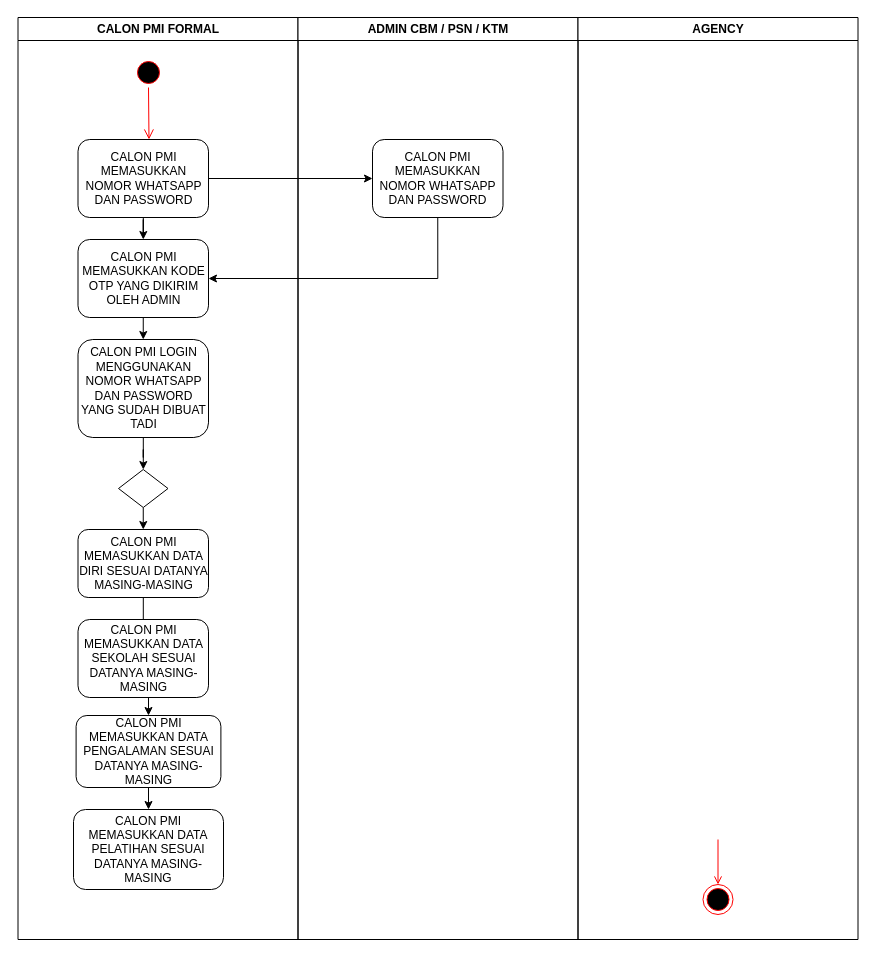
Above: farid.drawio in freyy4/freyy4.github.io (draw.io), before the change. Source tidied: cells renumbered, new cells numbered last; positions are measured from the earlier drawing's top-left corner, leaving out a move shared by most shapes. Both pictures are drawn from the tidied source at 100%, with x=0, y=0 at pixel (17, 17).
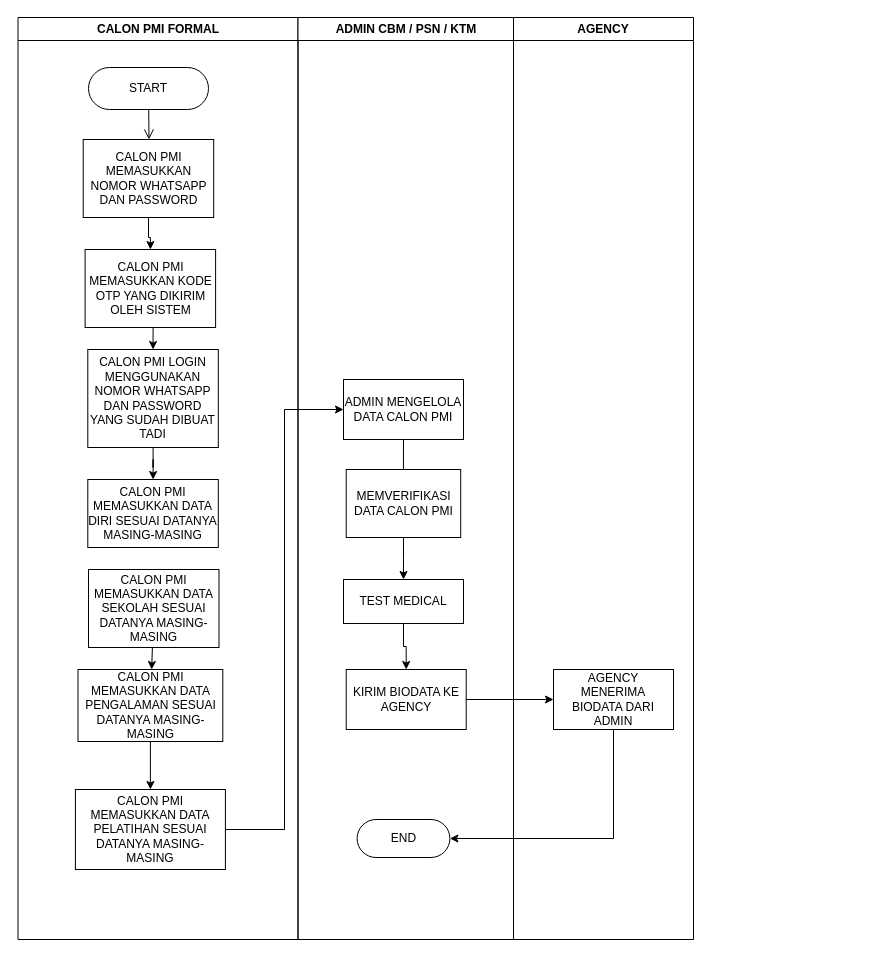
The same page after the edit.

Unchanged cells that the change refers to:
```xml
<mxCell id="2" value="CALON PMI FORMAL" style="swimlane;whiteSpace=wrap;" parent="1" vertex="1">
  <mxGeometry x="0.5" width="280" height="922" as="geometry" />
</mxCell>
```

The edit, as a diff of the source:
```diff
@@
-    <mxCell id="3" style="ellipse;shape=startState;fillColor=#000000;strokeColor=#ff0000;" parent="2" vertex="1">
-      <mxGeometry x="115.5" y="40" width="30" height="30" as="geometry" />
-    </mxCell>
-    <mxCell id="4" style="edgeStyle=elbowEdgeStyle;elbow=horizontal;verticalAlign=bottom;endArrow=open;endSize=8;strokeColor=#FF0000;endFill=1;rounded=0;" parent="2" edge="1" source="3">
+    <mxCell id="4" style="edgeStyle=elbowEdgeStyle;elbow=horizontal;verticalAlign=bottom;endArrow=open;endSize=8;strokeColor=#0A0000;endFill=1;rounded=0;" parent="2" edge="1">
       <mxGeometry x="100" y="40" as="geometry">
+        <mxPoint x="130.5" y="70" as="sourcePoint" />
         <mxPoint x="131.5" y="122" as="targetPoint" />
         <Array as="points">
           <mxPoint x="131" y="92" />
         </Array>
       </mxGeometry>
     </mxCell>
@@
-    <mxCell id="6" value="CALON PMI MEMASUKKAN NOMOR WHATSAPP DAN PASSWORD" style="rounded=1;whiteSpace=wrap;html=1;" parent="2" vertex="1">
-      <mxGeometry x="60" y="122" width="130.5" height="78" as="geometry" />
+    <mxCell id="6" value="CALON PMI MEMASUKKAN NOMOR WHATSAPP DAN PASSWORD" style="rounded=1;whiteSpace=wrap;html=1;arcSize=0;" parent="2" vertex="1">
+      <mxGeometry x="65.2" y="122" width="130.5" height="78" as="geometry" />
     </mxCell>
@@
-    <mxCell id="8" value="CALON PMI MEMASUKKAN KODE OTP YANG DIKIRIM OLEH ADMIN" style="rounded=1;whiteSpace=wrap;html=1;" parent="2" vertex="1">
-      <mxGeometry x="60" y="222" width="130.5" height="78" as="geometry" />
+    <mxCell id="8" value="CALON PMI MEMASUKKAN KODE OTP YANG DIKIRIM OLEH SISTEM" style="rounded=1;whiteSpace=wrap;html=1;arcSize=0;" parent="2" vertex="1">
+      <mxGeometry x="67.1" y="232" width="130.5" height="78" as="geometry" />
     </mxCell>
-    <mxCell id="9" style="edgeStyle=orthogonalEdgeStyle;rounded=0;jettySize=auto;html=1;" parent="2" edge="1" source="10" target="12">
-      <mxGeometry relative="1" as="geometry" />
-    </mxCell>
+    <mxCell id="26" style="edgeStyle=orthogonalEdgeStyle;rounded=0;jettySize=auto;html=1;" parent="2" edge="1" source="10" target="14">
+      <mxGeometry relative="1" as="geometry" />
+    </mxCell>
-    <mxCell id="10" value="CALON PMI LOGIN MENGGUNAKAN NOMOR WHATSAPP DAN PASSWORD YANG SUDAH DIBUAT TADI" style="rounded=1;whiteSpace=wrap;html=1;" parent="2" vertex="1">
-      <mxGeometry x="60" y="322" width="130.5" height="98" as="geometry" />
+    <mxCell id="10" value="CALON PMI LOGIN MENGGUNAKAN NOMOR WHATSAPP DAN PASSWORD YANG SUDAH DIBUAT TADI" style="rounded=1;whiteSpace=wrap;html=1;arcSize=0;" parent="2" vertex="1">
+      <mxGeometry x="69.8" y="332" width="130.5" height="98" as="geometry" />
     </mxCell>
-    <mxCell id="11" style="edgeStyle=orthogonalEdgeStyle;rounded=0;jettySize=auto;html=1;exitX=0.5;exitY=1;exitDx=0;exitDy=0;entryX=0.5;entryY=0;entryDx=0;entryDy=0;" parent="2" edge="1" source="12" target="14">
-      <mxGeometry relative="1" as="geometry" />
-    </mxCell>
-    <mxCell id="12" style="rhombus;whiteSpace=wrap;html=1;" parent="2" vertex="1">
-      <mxGeometry x="100.5" y="452" width="49.5" height="38" as="geometry" />
-    </mxCell>
-    <mxCell id="13" style="edgeStyle=orthogonalEdgeStyle;rounded=0;jettySize=auto;html=1;" parent="2" edge="1" source="14" target="16">
-      <mxGeometry relative="1" as="geometry" />
-    </mxCell>
-    <mxCell id="14" value="CALON PMI MEMASUKKAN DATA DIRI SESUAI DATANYA MASING-MASING" style="rounded=1;whiteSpace=wrap;html=1;" parent="2" vertex="1">
-      <mxGeometry x="60" y="512" width="130.5" height="68" as="geometry" />
+    <mxCell id="14" value="CALON PMI MEMASUKKAN DATA DIRI SESUAI DATANYA MASING-MASING" style="rounded=1;whiteSpace=wrap;html=1;arcSize=0;" parent="2" vertex="1">
+      <mxGeometry x="69.8" y="462" width="130.5" height="68" as="geometry" />
     </mxCell>
-    <mxCell id="15" value="CALON PMI MEMASUKKAN DATA SEKOLAH SESUAI DATANYA MASING-MASING" style="rounded=1;whiteSpace=wrap;html=1;" parent="2" vertex="1">
-      <mxGeometry x="60" y="602" width="130.5" height="78" as="geometry" />
+    <mxCell id="15" value="CALON PMI MEMASUKKAN DATA SEKOLAH SESUAI DATANYA MASING-MASING" style="rounded=1;whiteSpace=wrap;html=1;arcSize=0;" parent="2" vertex="1">
+      <mxGeometry x="70.5" y="552" width="130.5" height="78" as="geometry" />
     </mxCell>
-    <mxCell id="16" value="CALON PMI MEMASUKKAN DATA PENGALAMAN SESUAI DATANYA MASING-MASING" style="rounded=1;whiteSpace=wrap;html=1;" parent="2" vertex="1">
-      <mxGeometry x="58.1" y="698" width="144.8" height="72" as="geometry" />
+    <mxCell id="16" value="CALON PMI MEMASUKKAN DATA PENGALAMAN SESUAI DATANYA MASING-MASING" style="rounded=1;whiteSpace=wrap;html=1;arcSize=0;" parent="2" vertex="1">
+      <mxGeometry x="60" y="652" width="144.8" height="72" as="geometry" />
     </mxCell>
-    <mxCell id="17" value="CALON PMI MEMASUKKAN DATA PELATIHAN SESUAI DATANYA MASING-MASING" style="rounded=1;whiteSpace=wrap;html=1;" parent="2" vertex="1">
-      <mxGeometry x="55.5" y="792" width="150" height="80" as="geometry" />
+    <mxCell id="17" value="CALON PMI MEMASUKKAN DATA PELATIHAN SESUAI DATANYA MASING-MASING" style="rounded=1;whiteSpace=wrap;html=1;arcSize=0;" parent="2" vertex="1">
+      <mxGeometry x="57.4" y="772" width="150" height="80" as="geometry" />
     </mxCell>
@@
+    <mxCell id="27" value="START" style="rounded=1;whiteSpace=wrap;html=1;arcSize=50;" parent="2" vertex="1">
+      <mxGeometry x="70.5" y="50" width="120" height="42" as="geometry" />
+    </mxCell>
+    <mxCell id="28" style="endArrow=classic;html=1;rounded=0;" parent="2" edge="1" source="15" target="16">
+      <mxGeometry relative="1" as="geometry" />
+    </mxCell>
     <mxCell id="19" value="ADMIN CBM / PSN / KTM" style="swimlane;whiteSpace=wrap;" parent="1" vertex="1">
-      <mxGeometry x="280.5" width="280" height="922" as="geometry" />
+      <mxGeometry x="280.5" width="215.5" height="922" as="geometry" />
     </mxCell>
-    <mxCell id="20" value="CALON PMI MEMASUKKAN NOMOR WHATSAPP DAN PASSWORD" style="rounded=1;whiteSpace=wrap;html=1;" parent="19" vertex="1">
-      <mxGeometry x="74.5" y="122" width="130.5" height="78" as="geometry" />
-    </mxCell>
+    <mxCell id="29" value="ADMIN MENGELOLA DATA CALON PMI" style="rounded=1;whiteSpace=wrap;html=1;arcSize=0;" parent="19" vertex="1">
+      <mxGeometry x="45.5" y="362" width="120" height="60" as="geometry" />
+    </mxCell>
+    <mxCell id="30" style="edgeStyle=orthogonalEdgeStyle;rounded=0;jettySize=auto;html=1;" parent="19" edge="1" source="31" target="34">
+      <mxGeometry relative="1" as="geometry" />
+    </mxCell>
+    <mxCell id="31" value="MEMVERIFIKASI DATA CALON PMI" style="rounded=1;whiteSpace=wrap;html=1;arcSize=0;" parent="19" vertex="1">
+      <mxGeometry x="48.2" y="452" width="114.5" height="68" as="geometry" />
+    </mxCell>
+    <mxCell id="32" style="endArrow=none;html=1;rounded=0;exitX=0.5;exitY=0;exitDx=0;exitDy=0;entryX=0.5;entryY=1;entryDx=0;entryDy=0;" parent="19" edge="1" source="31" target="29">
+      <mxGeometry relative="1" as="geometry" />
+    </mxCell>
+    <mxCell id="33" style="edgeStyle=orthogonalEdgeStyle;rounded=0;jettySize=auto;html=1;" parent="19" edge="1" source="34" target="35">
+      <mxGeometry relative="1" as="geometry" />
+    </mxCell>
+    <mxCell id="34" value="TEST MEDICAL" style="rounded=0;whiteSpace=wrap;html=1;" parent="19" vertex="1">
+      <mxGeometry x="45.5" y="562" width="120" height="44" as="geometry" />
+    </mxCell>
+    <mxCell id="35" value="KIRIM BIODATA KE AGENCY" style="whiteSpace=wrap;html=1;rounded=0;" parent="19" vertex="1">
+      <mxGeometry x="48.2" y="652" width="120" height="60" as="geometry" />
+    </mxCell>
+    <mxCell id="36" value="END" style="rounded=1;whiteSpace=wrap;html=1;arcSize=50;" parent="19" vertex="1">
+      <mxGeometry x="59.1" y="802" width="92.8" height="38" as="geometry" />
+    </mxCell>
     <mxCell id="21" value="AGENCY" style="swimlane;whiteSpace=wrap;" parent="1" vertex="1">
-      <mxGeometry x="560.5" width="280" height="922" as="geometry" />
+      <mxGeometry x="496" width="180" height="922" as="geometry" />
     </mxCell>
-    <mxCell id="22" style="ellipse;shape=endState;fillColor=#000000;strokeColor=#ff0000;" parent="21" vertex="1">
-      <mxGeometry x="125" y="867" width="30" height="30" as="geometry" />
-    </mxCell>
-    <mxCell id="23" style="endArrow=open;strokeColor=#FF0000;endFill=1;rounded=0;" parent="21" edge="1" target="22">
-      <mxGeometry relative="1" as="geometry">
-        <mxPoint x="140" y="822" as="sourcePoint" />
-      </mxGeometry>
-    </mxCell>
-    <mxCell id="24" style="edgeStyle=orthogonalEdgeStyle;rounded=0;jettySize=auto;html=1;exitX=1;exitY=0.5;exitDx=0;exitDy=0;" parent="1" edge="1" source="6" target="20">
-      <mxGeometry relative="1" as="geometry" />
-    </mxCell>
-    <mxCell id="25" style="edgeStyle=orthogonalEdgeStyle;rounded=0;jettySize=auto;html=1;exitX=0.5;exitY=1;exitDx=0;exitDy=0;entryX=1;entryY=0.5;entryDx=0;entryDy=0;" parent="1" edge="1" source="20" target="8">
-      <mxGeometry relative="1" as="geometry" />
-    </mxCell>
+    <mxCell id="37" value="AGENCY MENERIMA BIODATA DARI ADMIN" style="rounded=0;whiteSpace=wrap;html=1;" parent="21" vertex="1">
+      <mxGeometry x="40" y="652" width="120" height="60" as="geometry" />
+    </mxCell>
+    <mxCell id="38" style="edgeStyle=orthogonalEdgeStyle;rounded=0;jettySize=auto;html=1;exitX=1;exitY=0.5;exitDx=0;exitDy=0;entryX=0;entryY=0.5;entryDx=0;entryDy=0;" parent="1" edge="1" source="17" target="29">
+      <mxGeometry relative="1" as="geometry" />
+    </mxCell>
+    <mxCell id="39" style="edgeStyle=orthogonalEdgeStyle;rounded=0;jettySize=auto;html=1;" parent="1" edge="1" source="35" target="37">
+      <mxGeometry relative="1" as="geometry" />
+    </mxCell>
+    <mxCell id="40" style="endArrow=classic;html=1;rounded=0;exitX=0.5;exitY=1;exitDx=0;exitDy=0;entryX=1;entryY=0.5;entryDx=0;entryDy=0;" parent="1" edge="1" source="37" target="36">
+      <mxGeometry relative="1" as="geometry">
+        <Array as="points">
+          <mxPoint x="596" y="821" />
+        </Array>
+      </mxGeometry>
+    </mxCell>
```
